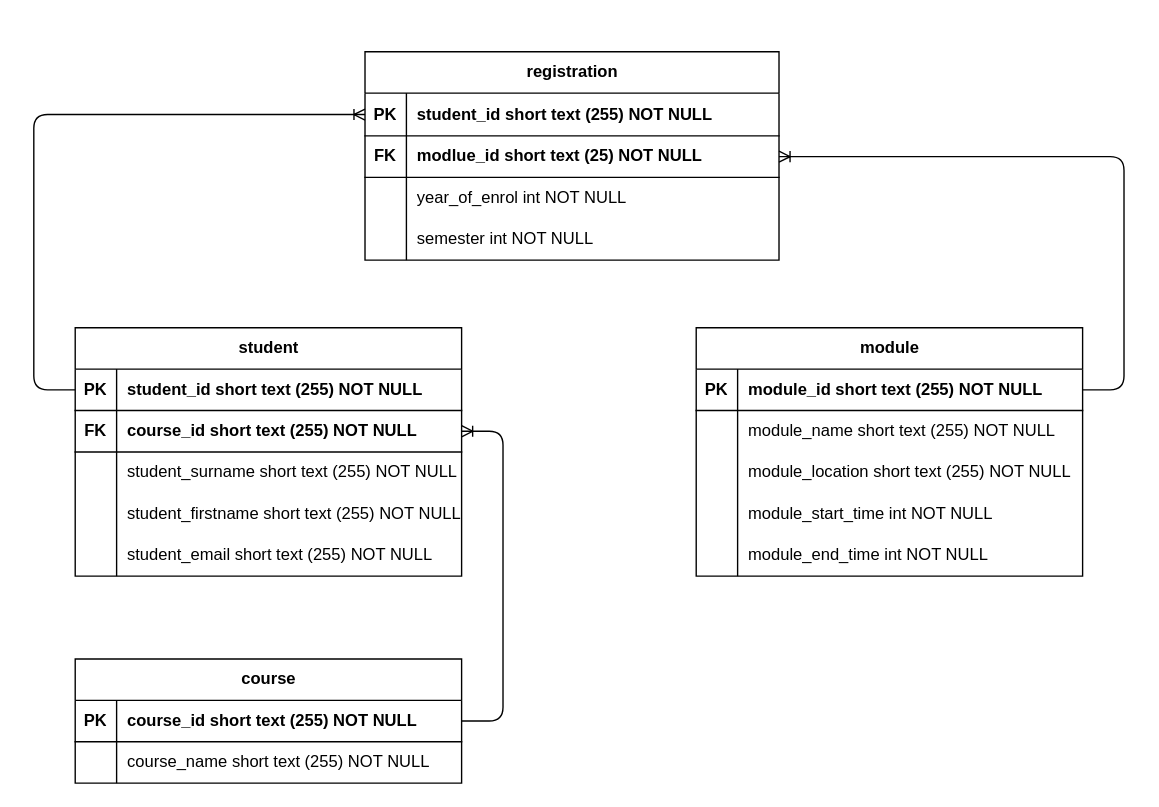
Above: Database_Technologies_EC149762_015/Week_01/week_01_database_sketch.drawio in gurgeasson/Challenges (draw.io), before the change. Source tidied: cells renumbered, new cells numbered last; positions are measured from the earlier drawing's top-left corner, leaving out a move shared by most shapes. Both pictures are drawn from the tidied source at 138%, with x=0, y=0 at pixel (33, 51).
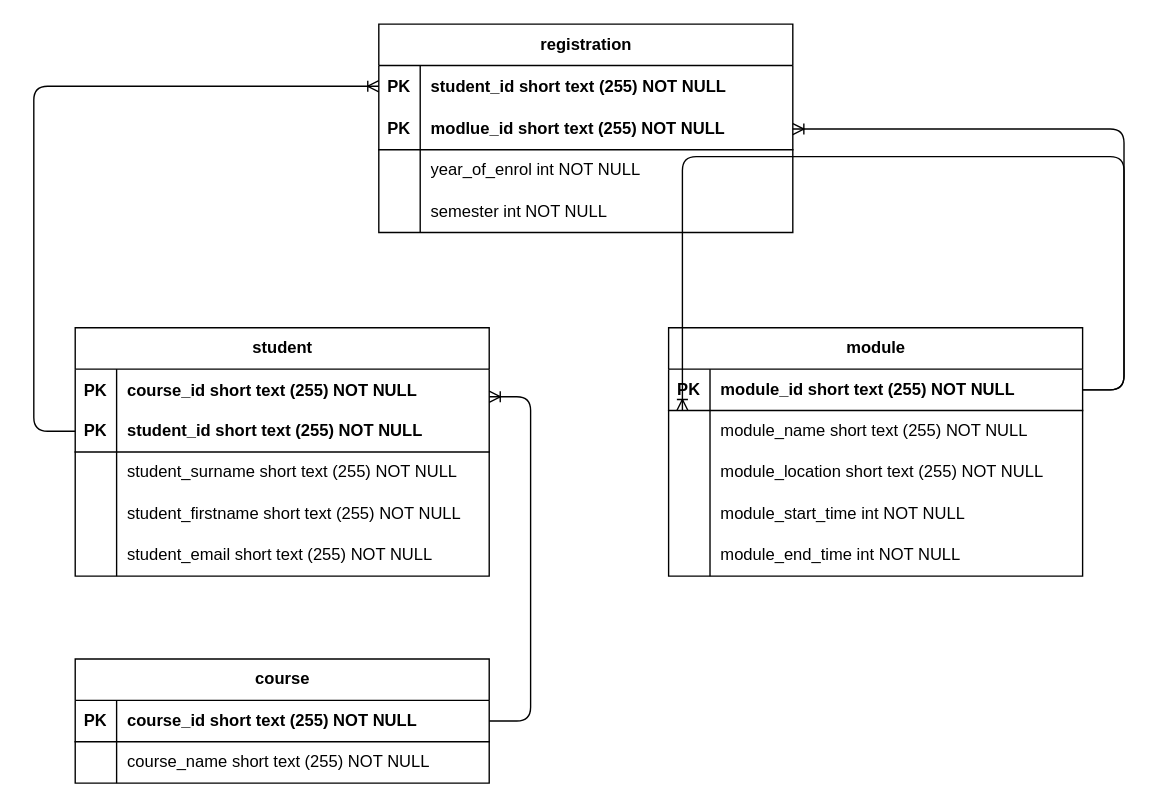
After the change.

What changed in the source:
```diff
@@
     <mxCell id="2" value="registration" style="shape=table;startSize=30;childLayout=tableLayout;rowLines=0;fontStyle=1;align=center;html=1;" parent="1" vertex="1">
-      <mxGeometry x="240" width="300" height="151" as="geometry" />
+      <mxGeometry x="250" y="-20" width="300" height="151" as="geometry" />
     </mxCell>
+    <mxCell id="57" style="shape=tableRow;horizontal=0;startSize=0;swimlaneHead=0;swimlaneBody=0;fillColor=none;points=[[0,0.5],[1,0.5]];portConstraint=eastwest;top=0;left=0;right=0;bottom=0;" parent="2" vertex="1">
+      <mxGeometry y="30" width="300" height="30" as="geometry" />
+    </mxCell>
+    <mxCell id="58" value="PK" style="shape=partialRectangle;fillColor=none;top=0;left=0;bottom=0;right=0;overflow=hidden;fontStyle=1;" parent="57" vertex="1">
+      <mxGeometry width="30" height="30" as="geometry" />
+    </mxCell>
+    <mxCell id="59" value="student_id short text (255) NOT NULL" style="shape=partialRectangle;fillColor=none;top=0;left=0;bottom=0;right=0;align=left;spacingLeft=6;overflow=hidden;fontStyle=1;" parent="57" vertex="1">
+      <mxGeometry x="30" width="270" height="30" as="geometry" />
+    </mxCell>
     <mxCell id="3" style="shape=tableRow;horizontal=0;startSize=0;swimlaneHead=0;swimlaneBody=0;fillColor=none;points=[[0,0.5],[1,0.5]];portConstraint=eastwest;top=0;left=0;right=0;bottom=1;" parent="2" vertex="1">
-      <mxGeometry y="30" width="300" height="31" as="geometry" />
+      <mxGeometry y="60" width="300" height="31" as="geometry" />
     </mxCell>
@@
-    <mxCell id="5" value="student_id short text (255) NOT NULL" style="shape=partialRectangle;fillColor=none;top=0;left=0;bottom=0;right=0;align=left;spacingLeft=6;fontStyle=1;overflow=hidden;whiteSpace=wrap;html=1;" parent="3" vertex="1">
+    <mxCell id="5" value="modlue_id short text (255) NOT NULL" style="shape=partialRectangle;fillColor=none;top=0;left=0;bottom=0;right=0;align=left;spacingLeft=6;fontStyle=1;overflow=hidden;whiteSpace=wrap;html=1;" parent="3" vertex="1">
       <mxGeometry x="30" width="270" height="31" as="geometry" />
     </mxCell>
-    <mxCell id="6" style="shape=tableRow;horizontal=0;startSize=0;swimlaneHead=0;swimlaneBody=0;fillColor=none;points=[[0,0.5],[1,0.5]];portConstraint=eastwest;top=0;left=0;right=0;bottom=1;" parent="2" vertex="1">
-      <mxGeometry y="61" width="300" height="30" as="geometry" />
-    </mxCell>
-    <mxCell id="7" value="FK" style="shape=partialRectangle;fillColor=none;top=0;left=0;bottom=0;right=0;fontStyle=1;overflow=hidden;whiteSpace=wrap;html=1;" parent="6" vertex="1">
-      <mxGeometry width="30" height="30" as="geometry" />
-    </mxCell>
-    <mxCell id="8" value="modlue_id short text (25) NOT NULL" style="shape=partialRectangle;fillColor=none;top=0;left=0;bottom=0;right=0;align=left;spacingLeft=6;fontStyle=1;overflow=hidden;whiteSpace=wrap;html=1;" parent="6" vertex="1">
-      <mxGeometry x="30" width="270" height="30" as="geometry" />
-    </mxCell>
@@
     <mxCell id="15" value="module" style="shape=table;startSize=30;childLayout=tableLayout;rowLines=0;fontStyle=1;align=center;html=1;" parent="1" vertex="1">
-      <mxGeometry x="480" y="200" width="280" height="180" as="geometry" />
+      <mxGeometry x="460" y="200" width="300" height="180" as="geometry" />
     </mxCell>
     <mxCell id="16" style="shape=tableRow;horizontal=0;startSize=0;swimlaneHead=0;swimlaneBody=0;fillColor=none;points=[[0,0.5],[1,0.5]];portConstraint=eastwest;top=0;left=0;right=0;bottom=1;" parent="15" vertex="1">
-      <mxGeometry y="30" width="280" height="30" as="geometry" />
+      <mxGeometry y="30" width="300" height="30" as="geometry" />
     </mxCell>
@@
     <mxCell id="18" value="module_id short text (255) NOT NULL" style="shape=partialRectangle;fillColor=none;top=0;left=0;bottom=0;right=0;align=left;spacingLeft=6;fontStyle=1;overflow=hidden;whiteSpace=wrap;html=1;" parent="16" vertex="1">
-      <mxGeometry x="30" width="250" height="30" as="geometry" />
+      <mxGeometry x="30" width="270" height="30" as="geometry" />
     </mxCell>
     <mxCell id="19" style="shape=tableRow;horizontal=0;startSize=0;swimlaneHead=0;swimlaneBody=0;fillColor=none;top=0;left=0;right=0;bottom=0;" parent="15" vertex="1">
-      <mxGeometry y="60" width="280" height="30" as="geometry" />
+      <mxGeometry y="60" width="300" height="30" as="geometry" />
     </mxCell>
@@
     <mxCell id="21" value="module_name short text (255) NOT NULL" style="shape=partialRectangle;fillColor=none;top=0;left=0;bottom=0;right=0;align=left;spacingLeft=6;overflow=hidden;whiteSpace=wrap;html=1;" parent="19" vertex="1">
-      <mxGeometry x="30" width="250" height="30" as="geometry" />
+      <mxGeometry x="30" width="270" height="30" as="geometry" />
     </mxCell>
     <mxCell id="22" style="shape=tableRow;horizontal=0;startSize=0;swimlaneHead=0;swimlaneBody=0;fillColor=none;top=0;left=0;right=0;bottom=0;" parent="15" vertex="1">
-      <mxGeometry y="90" width="280" height="30" as="geometry" />
+      <mxGeometry y="90" width="300" height="30" as="geometry" />
     </mxCell>
@@
     <mxCell id="24" value="module_location short text (255) NOT NULL" style="shape=partialRectangle;fillColor=none;top=0;left=0;bottom=0;right=0;align=left;spacingLeft=6;overflow=hidden;whiteSpace=wrap;html=1;" parent="22" vertex="1">
-      <mxGeometry x="30" width="250" height="30" as="geometry" />
+      <mxGeometry x="30" width="270" height="30" as="geometry" />
     </mxCell>
     <mxCell id="25" style="shape=tableRow;horizontal=0;startSize=0;swimlaneHead=0;swimlaneBody=0;fillColor=none;top=0;left=0;right=0;bottom=0;" parent="15" vertex="1">
-      <mxGeometry y="120" width="280" height="30" as="geometry" />
+      <mxGeometry y="120" width="300" height="30" as="geometry" />
     </mxCell>
@@
     <mxCell id="27" value="module_start_time int NOT NULL" style="shape=partialRectangle;fillColor=none;top=0;left=0;bottom=0;right=0;align=left;spacingLeft=6;overflow=hidden;whiteSpace=wrap;html=1;" parent="25" vertex="1">
-      <mxGeometry x="30" width="250" height="30" as="geometry" />
+      <mxGeometry x="30" width="270" height="30" as="geometry" />
     </mxCell>
     <mxCell id="28" style="shape=tableRow;horizontal=0;startSize=0;swimlaneHead=0;swimlaneBody=0;fillColor=none;top=0;left=0;right=0;bottom=0;" parent="15" vertex="1">
-      <mxGeometry y="150" width="280" height="30" as="geometry" />
+      <mxGeometry y="150" width="300" height="30" as="geometry" />
     </mxCell>
@@
     <mxCell id="30" value="module_end_time int NOT NULL" style="shape=partialRectangle;fillColor=none;top=0;left=0;bottom=0;right=0;align=left;spacingLeft=6;overflow=hidden;whiteSpace=wrap;html=1;" parent="28" vertex="1">
-      <mxGeometry x="30" width="250" height="30" as="geometry" />
+      <mxGeometry x="30" width="270" height="30" as="geometry" />
     </mxCell>
     <mxCell id="31" value="student" style="shape=table;startSize=30;childLayout=tableLayout;rowLines=0;fontStyle=1;align=center;html=1;" parent="1" vertex="1">
-      <mxGeometry x="30" y="200" width="280" height="180" as="geometry" />
+      <mxGeometry x="30" y="200" width="300" height="180" as="geometry" />
     </mxCell>
+    <mxCell id="60" style="shape=tableRow;horizontal=0;startSize=0;swimlaneHead=0;swimlaneBody=0;fillColor=none;points=[[0,0.5],[1,0.5]];portConstraint=eastwest;top=0;left=0;right=0;bottom=0;" parent="31" vertex="1">
+      <mxGeometry y="30" width="300" height="30" as="geometry" />
+    </mxCell>
+    <mxCell id="61" value="PK" style="shape=partialRectangle;fillColor=none;top=0;left=0;bottom=0;right=0;overflow=hidden;fontStyle=1;" parent="60" vertex="1">
+      <mxGeometry width="30" height="30" as="geometry" />
+    </mxCell>
+    <mxCell id="37" value="course_id short text (255) NOT NULL" style="shape=partialRectangle;fillColor=none;top=0;left=0;bottom=0;right=0;align=left;spacingLeft=6;overflow=hidden;fontStyle=1;" parent="60" vertex="1">
+      <mxGeometry x="30" width="270" height="30" as="geometry" />
+    </mxCell>
     <mxCell id="32" style="shape=tableRow;horizontal=0;startSize=0;swimlaneHead=0;swimlaneBody=0;fillColor=none;points=[[0,0.5],[1,0.5]];portConstraint=eastwest;top=0;left=0;right=0;bottom=1;" parent="31" vertex="1">
-      <mxGeometry y="30" width="280" height="30" as="geometry" />
+      <mxGeometry y="60" width="300" height="30" as="geometry" />
     </mxCell>
@@
     <mxCell id="34" value="student_id short text (255) NOT NULL" style="shape=partialRectangle;fillColor=none;top=0;left=0;bottom=0;right=0;align=left;spacingLeft=6;fontStyle=1;overflow=hidden;whiteSpace=wrap;html=1;" parent="32" vertex="1">
-      <mxGeometry x="30" width="250" height="30" as="geometry" />
+      <mxGeometry x="30" width="270" height="30" as="geometry" />
     </mxCell>
-    <mxCell id="35" style="shape=tableRow;horizontal=0;startSize=0;swimlaneHead=0;swimlaneBody=0;fillColor=none;points=[[0,0.5],[1,0.5]];portConstraint=eastwest;top=0;left=0;right=0;bottom=1;" parent="31" vertex="1">
-      <mxGeometry y="60" width="280" height="30" as="geometry" />
-    </mxCell>
-    <mxCell id="36" value="FK" style="shape=partialRectangle;fillColor=none;top=0;left=0;bottom=0;right=0;fontStyle=1;overflow=hidden;whiteSpace=wrap;html=1;" parent="35" vertex="1">
-      <mxGeometry width="30" height="30" as="geometry" />
-    </mxCell>
-    <mxCell id="37" value="course_id short text (255) NOT NULL" style="shape=partialRectangle;fillColor=none;top=0;left=0;bottom=0;right=0;align=left;spacingLeft=6;fontStyle=1;overflow=hidden;whiteSpace=wrap;html=1;" parent="35" vertex="1">
-      <mxGeometry x="30" width="250" height="30" as="geometry" />
-    </mxCell>
     <mxCell id="38" style="shape=tableRow;horizontal=0;startSize=0;swimlaneHead=0;swimlaneBody=0;fillColor=none;top=0;left=0;right=0;bottom=0;shadow=0;swimlaneLine=1;swimlaneFillColor=none;" parent="31" vertex="1">
-      <mxGeometry y="90" width="280" height="30" as="geometry" />
+      <mxGeometry y="90" width="300" height="30" as="geometry" />
     </mxCell>
@@
     <mxCell id="40" value="student_surname short text (255) NOT NULL" style="shape=partialRectangle;fillColor=none;top=0;left=0;bottom=0;right=0;align=left;spacingLeft=6;overflow=hidden;whiteSpace=wrap;html=1;perimeterSpacing=1;" parent="38" vertex="1">
-      <mxGeometry x="30" width="250" height="30" as="geometry" />
+      <mxGeometry x="30" width="270" height="30" as="geometry" />
     </mxCell>
     <mxCell id="41" style="shape=tableRow;horizontal=0;startSize=0;swimlaneHead=0;swimlaneBody=0;fillColor=none;top=0;left=0;right=0;bottom=0;" parent="31" vertex="1">
-      <mxGeometry y="120" width="280" height="30" as="geometry" />
+      <mxGeometry y="120" width="300" height="30" as="geometry" />
     </mxCell>
@@
     <mxCell id="43" value="student_firstname short text (255) NOT NULL" style="shape=partialRectangle;fillColor=none;top=0;left=0;bottom=0;right=0;align=left;spacingLeft=6;overflow=hidden;whiteSpace=wrap;html=1;" parent="41" vertex="1">
-      <mxGeometry x="30" width="250" height="30" as="geometry" />
+      <mxGeometry x="30" width="270" height="30" as="geometry" />
     </mxCell>
     <mxCell id="44" style="shape=tableRow;horizontal=0;startSize=0;swimlaneHead=0;swimlaneBody=0;fillColor=none;top=0;left=0;right=0;bottom=0;" parent="31" vertex="1">
-      <mxGeometry y="150" width="280" height="30" as="geometry" />
+      <mxGeometry y="150" width="300" height="30" as="geometry" />
     </mxCell>
@@
     <mxCell id="46" value="student_email short text (255) NOT NULL" style="shape=partialRectangle;fillColor=none;top=0;left=0;bottom=0;right=0;align=left;spacingLeft=6;overflow=hidden;whiteSpace=wrap;html=1;" parent="44" vertex="1">
-      <mxGeometry x="30" width="250" height="30" as="geometry" />
+      <mxGeometry x="30" width="270" height="30" as="geometry" />
     </mxCell>
     <mxCell id="47" value="course" style="shape=table;startSize=30;childLayout=tableLayout;rowLines=0;fontStyle=1;align=center;html=1;" parent="1" vertex="1">
-      <mxGeometry x="30" y="440" width="280" height="90" as="geometry" />
+      <mxGeometry x="30" y="440" width="300" height="90" as="geometry" />
     </mxCell>
     <mxCell id="48" style="shape=tableRow;horizontal=0;startSize=0;swimlaneHead=0;swimlaneBody=0;fillColor=none;points=[[0,0.5],[1,0.5]];portConstraint=eastwest;top=0;left=0;right=0;bottom=1;" parent="47" vertex="1">
-      <mxGeometry y="30" width="280" height="30" as="geometry" />
+      <mxGeometry y="30" width="300" height="30" as="geometry" />
     </mxCell>
@@
     <mxCell id="50" value="course_id short text (255) NOT NULL" style="shape=partialRectangle;fillColor=none;top=0;left=0;bottom=0;right=0;align=left;spacingLeft=6;fontStyle=1;overflow=hidden;whiteSpace=wrap;html=1;" parent="48" vertex="1">
-      <mxGeometry x="30" width="250" height="30" as="geometry" />
+      <mxGeometry x="30" width="270" height="30" as="geometry" />
     </mxCell>
     <mxCell id="51" style="shape=tableRow;horizontal=0;startSize=0;swimlaneHead=0;swimlaneBody=0;fillColor=none;top=0;left=0;right=0;bottom=0;" parent="47" vertex="1">
-      <mxGeometry y="60" width="280" height="30" as="geometry" />
+      <mxGeometry y="60" width="300" height="30" as="geometry" />
     </mxCell>
@@
     <mxCell id="53" value="course_name short text (255) NOT NULL" style="shape=partialRectangle;fillColor=none;top=0;left=0;bottom=0;right=0;align=left;spacingLeft=6;overflow=hidden;whiteSpace=wrap;html=1;" parent="51" vertex="1">
-      <mxGeometry x="30" width="250" height="30" as="geometry" />
+      <mxGeometry x="30" width="270" height="30" as="geometry" />
     </mxCell>
-    <mxCell id="54" style="edgeStyle=orthogonalEdgeStyle;fontSize=12;html=1;endArrow=ERoneToMany;rounded=1;exitX=0;exitY=0.5;exitDx=0;exitDy=0;entryX=0;entryY=0.5;entryDx=0;entryDy=0;" parent="1" edge="1" source="32" target="3">
+    <mxCell id="54" style="edgeStyle=orthogonalEdgeStyle;fontSize=12;html=1;endArrow=ERoneToMany;rounded=1;" parent="1" edge="1" source="32" target="57">
       <mxGeometry relative="1" as="geometry">
         <Array as="points">
-          <mxPoint y="245" />
-          <mxPoint y="46" />
+          <mxPoint y="275" />
+          <mxPoint y="25" />
         </Array>
       </mxGeometry>
     </mxCell>
-    <mxCell id="55" style="edgeStyle=orthogonalEdgeStyle;fontSize=12;html=1;endArrow=ERoneToMany;exitX=1;exitY=0.5;exitDx=0;exitDy=0;entryX=1;entryY=0.5;entryDx=0;entryDy=0;rounded=1;" parent="1" edge="1" source="48" target="35">
+    <mxCell id="55" style="edgeStyle=orthogonalEdgeStyle;fontSize=12;html=1;endArrow=ERoneToMany;exitX=1;exitY=0.5;exitDx=0;exitDy=0;rounded=1;" parent="1" edge="1" source="48" target="60">
       <mxGeometry relative="1" as="geometry">
         <Array as="points">
-          <mxPoint x="340" y="485" />
-          <mxPoint x="340" y="275" />
+          <mxPoint x="360" y="485" />
+          <mxPoint x="360" y="250" />
         </Array>
       </mxGeometry>
     </mxCell>
-    <mxCell id="56" style="edgeStyle=orthogonalEdgeStyle;fontSize=12;html=1;endArrow=ERoneToMany;rounded=1;entryX=1;entryY=0.5;entryDx=0;entryDy=0;" parent="1" edge="1" source="16" target="6">
+    <mxCell id="56" style="edgeStyle=orthogonalEdgeStyle;fontSize=12;html=1;endArrow=ERoneToMany;rounded=1;entryX=1;entryY=0.5;entryDx=0;entryDy=0;" parent="1" edge="1" source="16">
       <mxGeometry relative="1" as="geometry">
+        <mxPoint x="470" y="260" as="targetPoint" />
         <Array as="points">
           <mxPoint x="790" y="245" />
           <mxPoint x="790" y="76" />
         </Array>
       </mxGeometry>
     </mxCell>
+    <mxCell id="62" style="edgeStyle=orthogonalEdgeStyle;fontSize=12;html=1;endArrow=ERoneToMany;rounded=1;" parent="1" edge="1" source="16" target="3">
+      <mxGeometry relative="1" as="geometry">
+        <Array as="points">
+          <mxPoint x="790" y="245" />
+          <mxPoint x="790" y="56" />
+        </Array>
+      </mxGeometry>
+    </mxCell>
```
